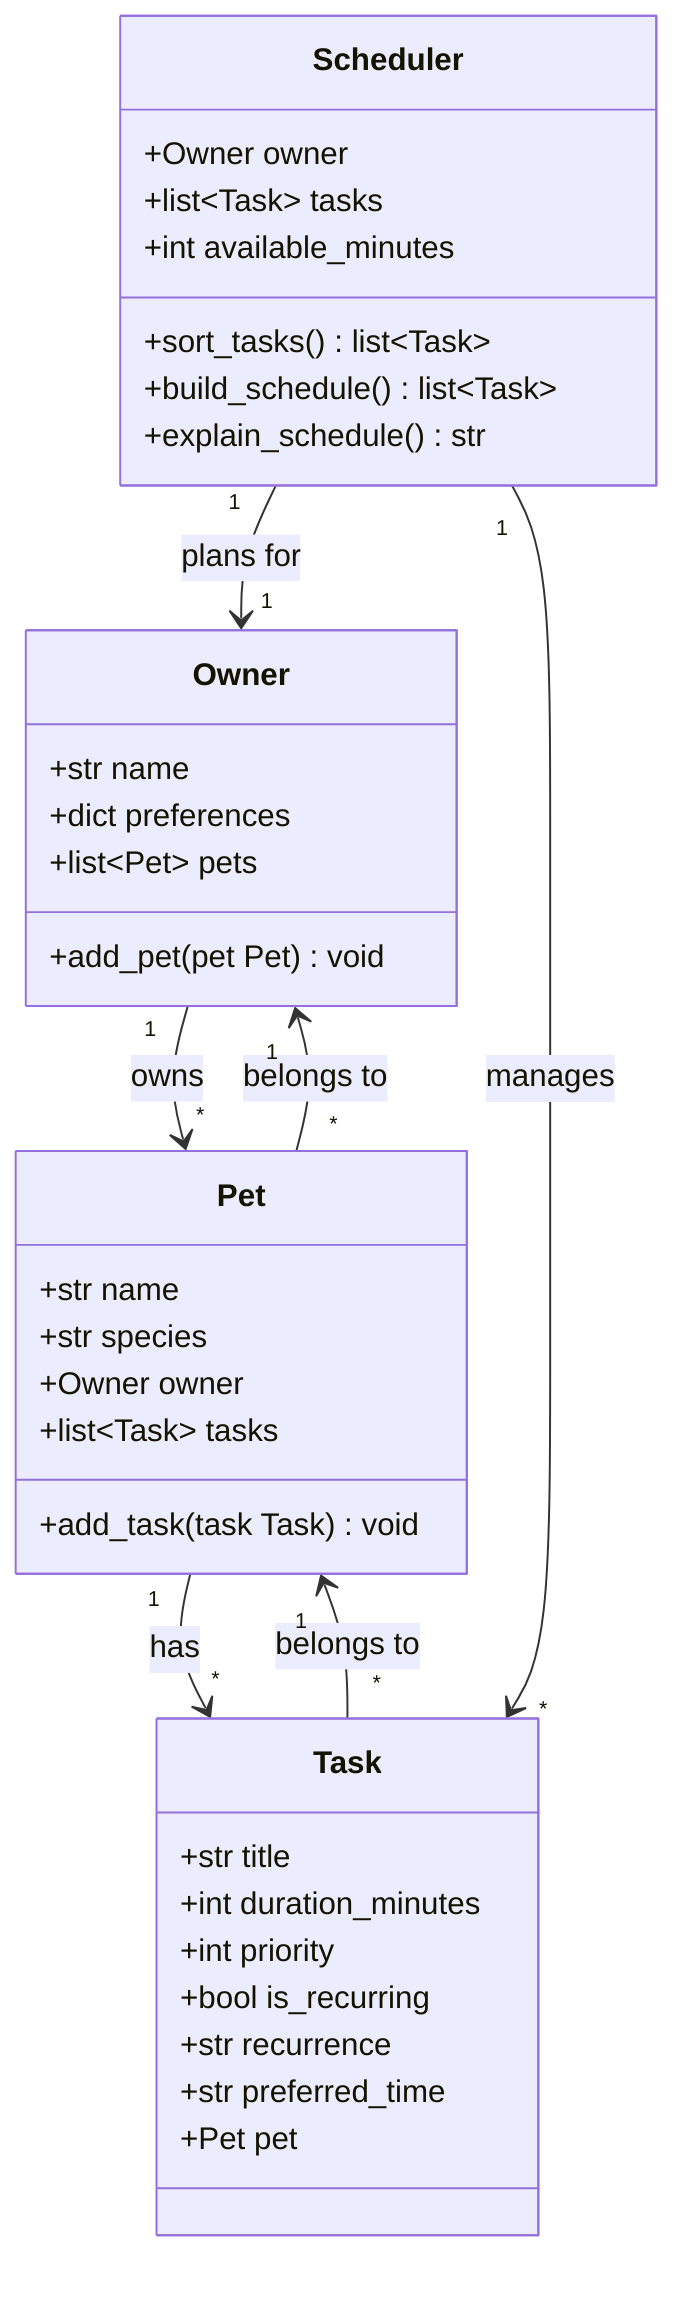
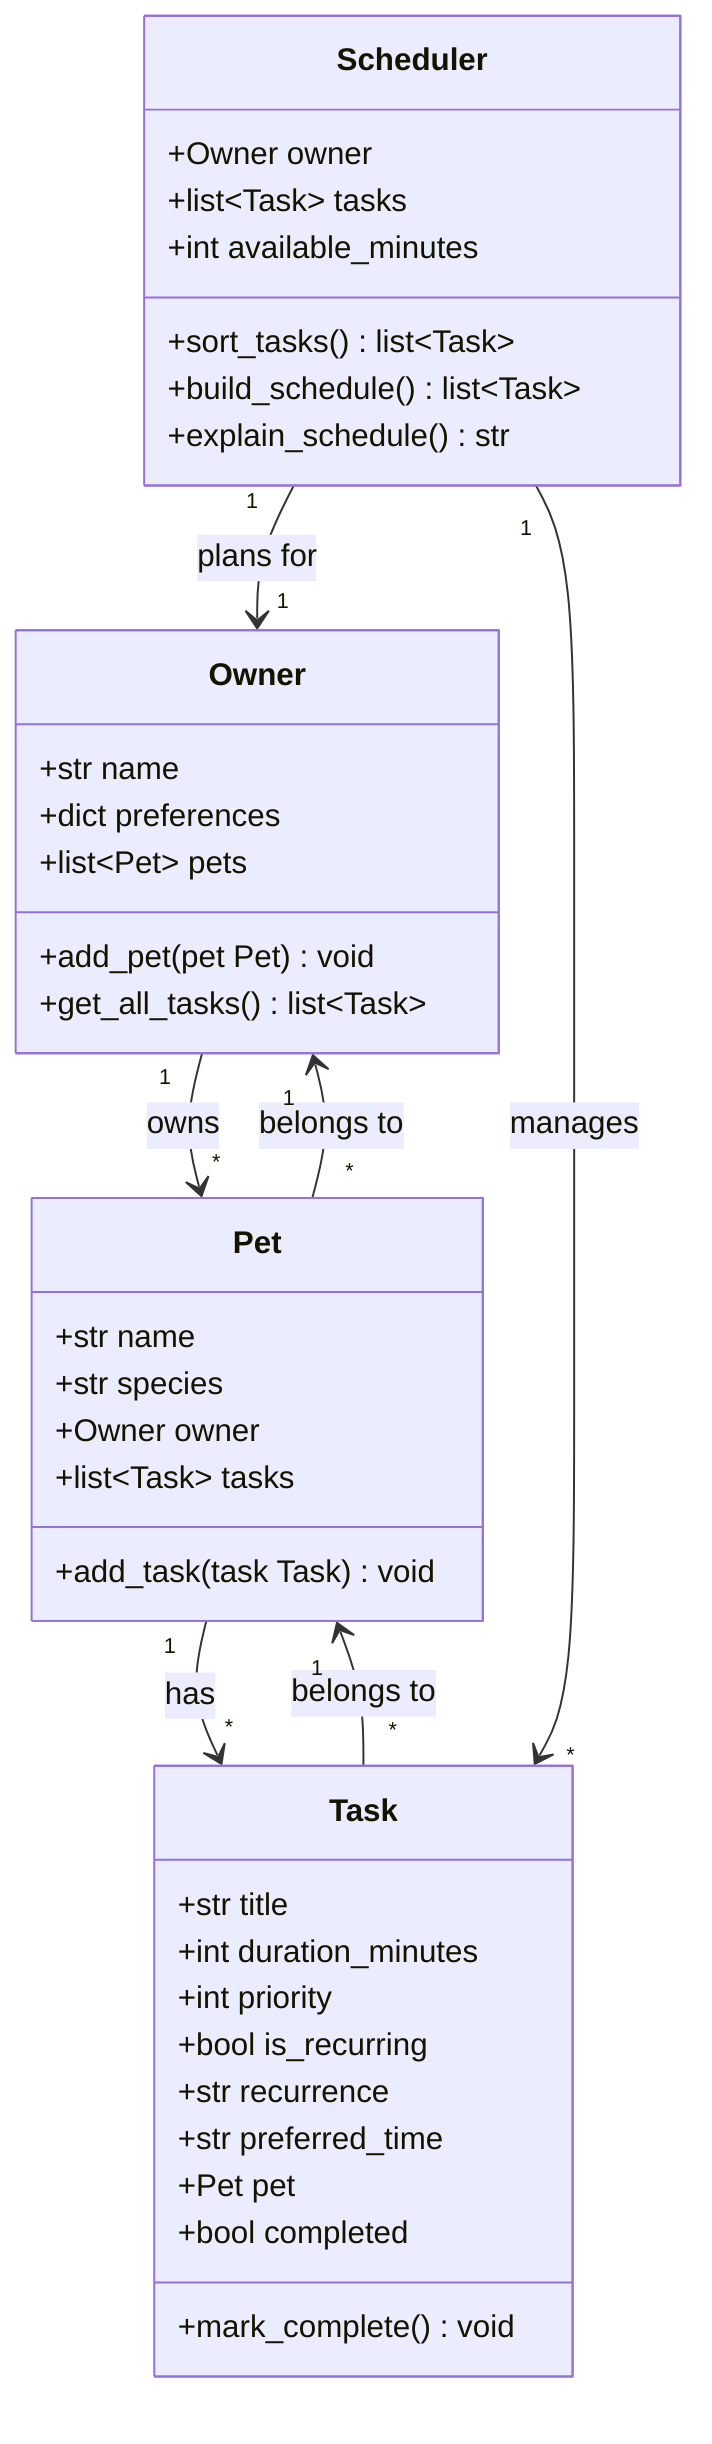
classDiagram
    %% PawPal+ — pet care scheduling app
    %% Keep this file updated so it matches your final implementation.

    class Owner {
        +str name
        +dict preferences
        +list~Pet~ pets
        +add_pet(pet Pet) void
+         +get_all_tasks() list~Task~
    }

    class Pet {
        +str name
        +str species
        +Owner owner
        +list~Task~ tasks
        +add_task(task Task) void
    }

    class Task {
        +str title
        +int duration_minutes
        +int priority
        +bool is_recurring
        +str recurrence
        +str preferred_time
        +Pet pet
+         +bool completed
+         +mark_complete() void
    }

    class Scheduler {
        +Owner owner
        +list~Task~ tasks
        +int available_minutes
        +sort_tasks() list~Task~
        +build_schedule() list~Task~
        +explain_schedule() str
    }

    Owner "1" --> "*" Pet : owns
    Pet "*" --> "1" Owner : belongs to
    Pet "1" --> "*" Task : has
    Task "*" --> "1" Pet : belongs to
    Scheduler "1" --> "1" Owner : plans for
    Scheduler "1" --> "*" Task : manages
